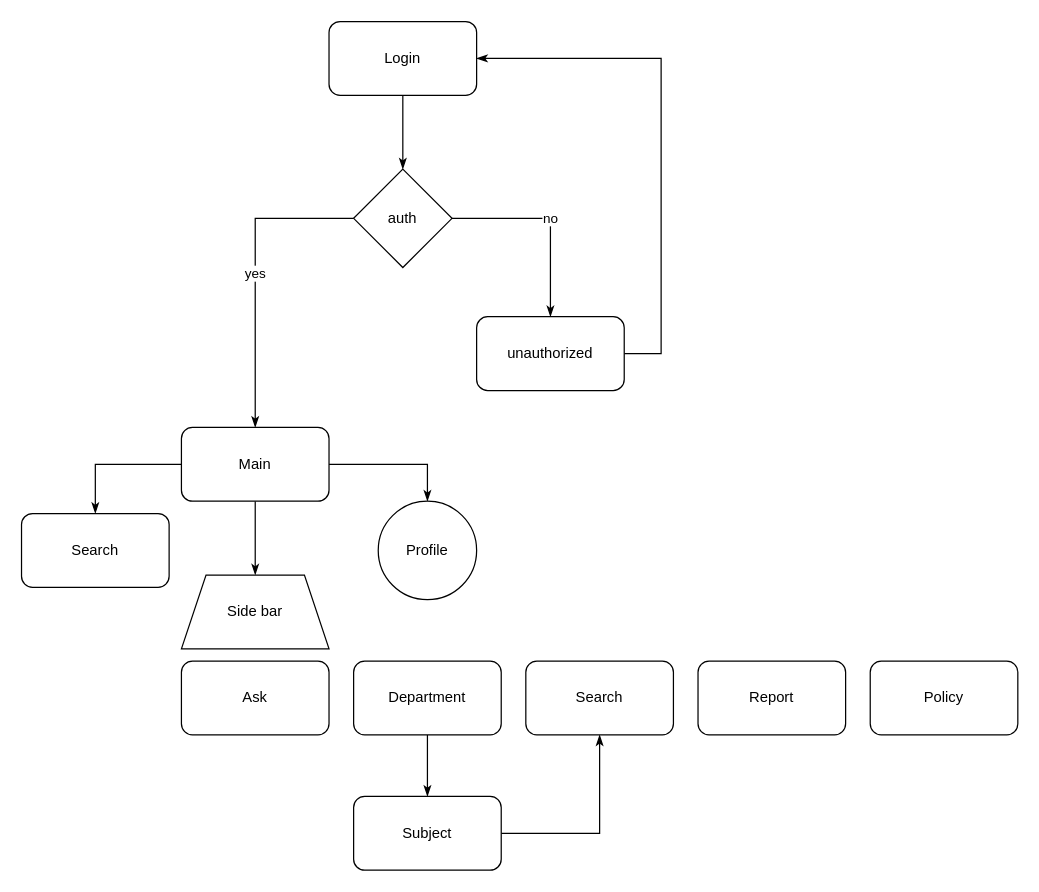
Before: page "routing" (2 of 4) of documentation/data_models.drawio in alisbiaa/thesis, a draw.io diagram. Source tidied: cells renumbered, new cells numbered last; positions are measured from the earlier drawing's top-left corner, leaving out a move shared by most shapes. Both pictures are drawn from the tidied source at 123%, with x=0, y=0 at pixel (21, 21).
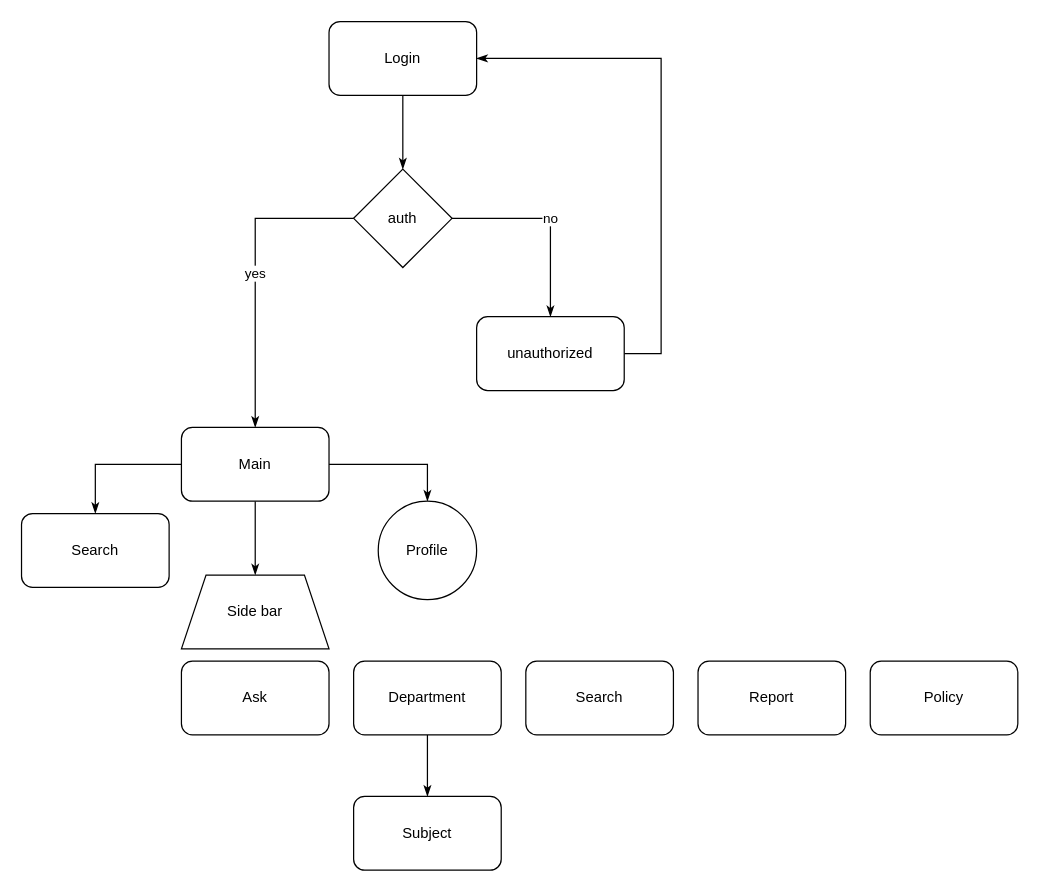
Above is the later version.

The change refers to these unchanged cells:
```xml
<mxCell id="18" value="Subject" style="whiteSpace=wrap;html=1;rounded=1;shadow=0;glass=0;" parent="1" vertex="1">
  <mxGeometry x="270" y="630" width="120" height="60" as="geometry" />
</mxCell>
<mxCell id="19" value="Search" style="whiteSpace=wrap;html=1;rounded=1;shadow=0;glass=0;" parent="1" vertex="1">
  <mxGeometry x="410" y="520" width="120" height="60" as="geometry" />
</mxCell>
```

The edit, as a diff of the source:
```diff
@@
-    <mxCell id="17" style="edgeStyle=orthogonalEdgeStyle;rounded=0;jettySize=auto;html=1;startArrow=none;startFill=0;endArrow=classicThin;endFill=1;" parent="1" edge="1" source="18" target="19">
-      <mxGeometry relative="1" as="geometry" />
-    </mxCell>
```
